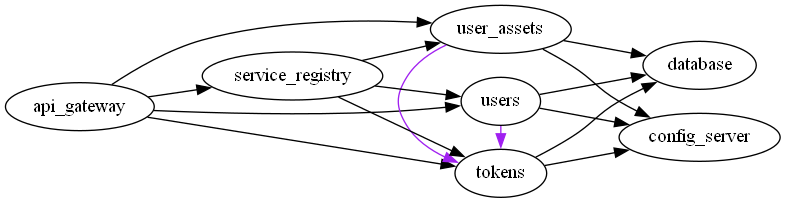
The Graphviz diagram src/backend/docs/services_graph.png in nicolacimmino/FrameworksTesting, before a commit. Its source is kept beside it as src/backend/docs/services_graph.dot.
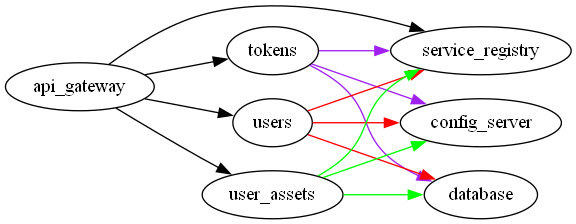
The same file after the commit.

Commit message:
Docs and config examples

Change to the diagram source:
```diff
@@ -1,21 +1,32 @@
 digraph architecture {
   rankdir=LR;
 
-
   subgraph edge_services {
-      api_gateway -> { tokens, users, user_assets, service_registry };
+      api_gateway -> {
+        tokens
+        users
+        user_assets
+        service_registry
+      }
   }
 
-  subgraph microservices {
-      rank = same; tokens; users; user_assets;
-  }
+  subgraph public_services {
+      tokens -> {
+        database
+        config_server
+        service_registry
+      } [color=purple]
 
-  subgraph ancillary_services {
-        tokens -> { database, config_server };
-        users -> { database, config_server };
-        user_assets -> { database, config_server };
-        users -> tokens [color="purple"]
-        user_assets -> tokens [color="purple"]
-        service_registry -> { tokens, users, user_assets }
+      users -> {
+        database,
+        config_server,
+        service_registry
+      } [color=red]
+
+      user_assets -> {
+        database,
+        config_server,
+        service_registry
+      }  [color=green]
   }
 }
```
